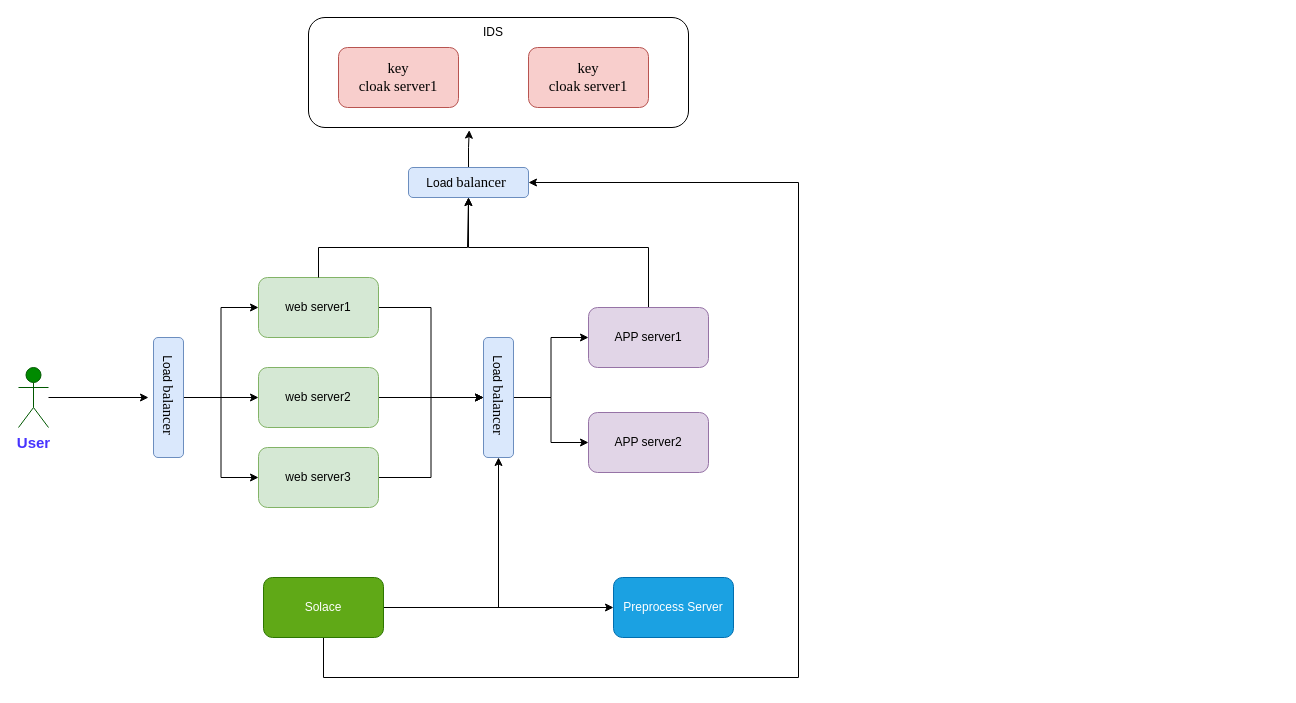
Before: page "System Arth" (3 of 3) of design-uml/src/main/Untitled Diagram.drawio in alvin-zj/MyUml, a draw.io diagram. Source tidied: cells renumbered, new cells numbered last; positions are measured from the earlier drawing's top-left corner, leaving out a move shared by most shapes. Both pictures are drawn from the tidied source at 100%, with x=0, y=0 at pixel (18, 17).
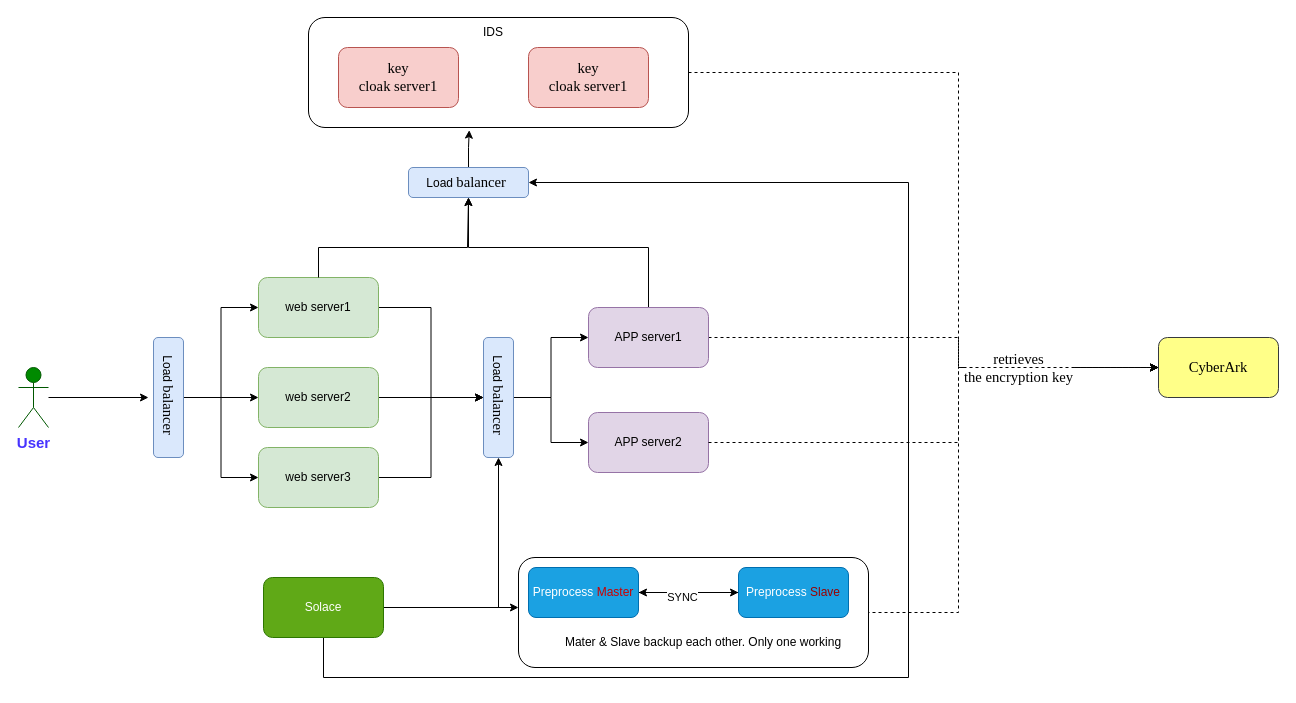
After the change.

The change refers to these unchanged cells:
```xml
<mxCell id="6" value="APP server1" style="rounded=1;whiteSpace=wrap;html=1;fillColor=#e1d5e7;strokeColor=#9673a6;" parent="1" vertex="1">
  <mxGeometry x="570" y="290" width="120" height="60" as="geometry" />
</mxCell>
<mxCell id="13" value="APP server2" style="rounded=1;whiteSpace=wrap;html=1;fillColor=#e1d5e7;strokeColor=#9673a6;" parent="1" vertex="1">
  <mxGeometry x="570" y="395" width="120" height="60" as="geometry" />
</mxCell>
<mxCell id="15" value="Load&amp;nbsp;&lt;span lang=&quot;EN-US&quot; style=&quot;font-size:11.0pt;line-height:&lt;br/&gt;107%;font-family:&amp;quot;Times New Roman&amp;quot;,serif;mso-fareast-font-family:等线;mso-fareast-theme-font:&lt;br/&gt;minor-fareast;mso-bidi-font-family:Arial;mso-bidi-theme-font:minor-bidi;&lt;br/&gt;mso-ansi-language:EN-US;mso-fareast-language:ZH-CN;mso-bidi-language:AR-SA&quot;&gt;balancer&amp;nbsp;&lt;/span&gt;" style="rounded=1;whiteSpace=wrap;html=1;fillColor=#dae8fc;strokeColor=#6c8ebf;" parent="1" vertex="1">
  <mxGeometry x="390" y="150" width="120" height="30" as="geometry" />
</mxCell>
<mxCell id="30" value="Solace" style="rounded=1;whiteSpace=wrap;html=1;fillColor=#60a917;fontColor=#ffffff;strokeColor=#2D7600;" parent="1" vertex="1">
  <mxGeometry x="245" y="560" width="120" height="60" as="geometry" />
</mxCell>
```

The edit, as a diff of the source:
```diff
@@
+    <mxCell id="32" style="edgeStyle=orthogonalEdgeStyle;rounded=0;jettySize=auto;html=1;entryX=0;entryY=0.5;entryDx=0;entryDy=0;dashed=1;flowAnimation=1;" parent="1" edge="1" target="44">
+      <mxGeometry relative="1" as="geometry">
+        <mxPoint x="800" y="595" as="sourcePoint" />
+        <Array as="points">
+          <mxPoint x="940" y="595" />
+          <mxPoint x="940" y="350" />
+        </Array>
+      </mxGeometry>
+    </mxCell>
+    <mxCell id="33" style="rounded=1;whiteSpace=wrap;html=1;" parent="1" vertex="1">
+      <mxGeometry x="500" y="540" width="350" height="110" as="geometry" />
+    </mxCell>
+    <mxCell id="34" style="edgeStyle=orthogonalEdgeStyle;rounded=0;jettySize=auto;html=1;entryX=0;entryY=0.5;entryDx=0;entryDy=0;dashed=1;flowAnimation=1;" parent="1" edge="1" target="44">
+      <mxGeometry relative="1" as="geometry">
+        <mxPoint x="640" y="55" as="sourcePoint" />
+        <Array as="points">
+          <mxPoint x="940" y="55" />
+          <mxPoint x="940" y="350" />
+        </Array>
+      </mxGeometry>
+    </mxCell>
@@
+    <mxCell id="35" style="edgeStyle=orthogonalEdgeStyle;rounded=0;jettySize=auto;html=1;flowAnimation=1;dashed=1;entryX=0;entryY=0.5;entryDx=0;entryDy=0;" parent="1" edge="1" source="6" target="44">
+      <mxGeometry relative="1" as="geometry">
+        <Array as="points">
+          <mxPoint x="940" y="320" />
+          <mxPoint x="940" y="350" />
+        </Array>
+      </mxGeometry>
+    </mxCell>
@@
+    <mxCell id="36" style="edgeStyle=orthogonalEdgeStyle;rounded=0;orthogonalLoop=1;jettySize=auto;html=1;dashed=1;flowAnimation=1;entryX=0;entryY=0.5;entryDx=0;entryDy=0;exitX=0;exitY=0.5;exitDx=0;exitDy=0;" parent="1" edge="1" source="44" target="44">
+      <mxGeometry relative="1" as="geometry">
+        <Array as="points">
+          <mxPoint x="940" y="350" />
+          <mxPoint x="940" y="350" />
+        </Array>
+      </mxGeometry>
+    </mxCell>
+    <mxCell id="37" value="&lt;span lang=&quot;EN-SG&quot; style=&quot;font-size:11.0pt;line-height:&lt;br/&gt;107%;font-family:&amp;quot;Times New Roman&amp;quot;,serif;mso-fareast-font-family:等线;mso-fareast-theme-font:&lt;br/&gt;minor-fareast;mso-bidi-font-family:Arial;mso-bidi-theme-font:minor-bidi;&lt;br/&gt;mso-ansi-language:EN-SG;mso-fareast-language:EN-US;mso-bidi-language:AR-SA&quot;&gt;retrieves&lt;br/&gt;the encryption key&lt;/span&gt;" style="edgeLabel;html=1;align=center;verticalAlign=middle;" parent="36" vertex="1">
+      <mxGeometry x="0.33" y="3" relative="1" as="geometry">
+        <mxPoint x="-7" y="3" as="offset" />
+      </mxGeometry>
+    </mxCell>
@@
+    <mxCell id="38" style="edgeStyle=orthogonalEdgeStyle;rounded=0;jettySize=auto;html=1;entryX=0;entryY=0.5;entryDx=0;entryDy=0;" parent="1" edge="1" source="26" target="41">
+      <mxGeometry relative="1" as="geometry" />
+    </mxCell>
-    <mxCell id="26" value="Preprocess Server" style="rounded=1;whiteSpace=wrap;html=1;fillColor=#1ba1e2;fontColor=#ffffff;strokeColor=#006EAF;" parent="1" vertex="1">
-      <mxGeometry x="595" y="560" width="120" height="60" as="geometry" />
+    <mxCell id="26" value="Preprocess &lt;font style=&quot;color: rgb(204, 0, 0);&quot;&gt;Master&lt;/font&gt;" style="rounded=1;whiteSpace=wrap;html=1;fillColor=#1ba1e2;fontColor=#ffffff;strokeColor=#006EAF;" parent="1" vertex="1">
+      <mxGeometry x="510" y="550" width="110" height="50" as="geometry" />
     </mxCell>
@@
-    <mxCell id="28" style="edgeStyle=orthogonalEdgeStyle;rounded=0;jettySize=auto;html=1;entryX=0;entryY=0.5;entryDx=0;entryDy=0;" parent="1" edge="1" source="30" target="26">
-      <mxGeometry relative="1" as="geometry" />
+    <mxCell id="28" style="edgeStyle=orthogonalEdgeStyle;rounded=0;jettySize=auto;html=1;" parent="1" edge="1" source="30">
+      <mxGeometry relative="1" as="geometry">
+        <mxPoint x="500" y="590" as="targetPoint" />
+      </mxGeometry>
     </mxCell>
     <mxCell id="29" style="edgeStyle=orthogonalEdgeStyle;rounded=0;jettySize=auto;html=1;entryX=1;entryY=0.5;entryDx=0;entryDy=0;exitX=0.5;exitY=1;exitDx=0;exitDy=0;" parent="1" edge="1" source="30" target="15">
       <mxGeometry relative="1" as="geometry">
         <Array as="points">
           <mxPoint x="305" y="660" />
-          <mxPoint x="780" y="660" />
-          <mxPoint x="780" y="165" />
+          <mxPoint x="890" y="660" />
+          <mxPoint x="890" y="165" />
         </Array>
       </mxGeometry>
     </mxCell>
@@
+    <mxCell id="39" style="edgeStyle=orthogonalEdgeStyle;rounded=0;jettySize=auto;html=1;" parent="1" edge="1" source="41">
+      <mxGeometry relative="1" as="geometry">
+        <mxPoint x="620" y="575" as="targetPoint" />
+      </mxGeometry>
+    </mxCell>
+    <mxCell id="40" value="SYNC" style="edgeLabel;html=1;align=center;verticalAlign=middle;" parent="39" vertex="1">
+      <mxGeometry x="0.13" y="4" relative="1" as="geometry" />
+    </mxCell>
+    <mxCell id="41" value="Preprocess &lt;font style=&quot;color: rgb(153, 0, 0);&quot;&gt;Slave&lt;/font&gt;" style="rounded=1;whiteSpace=wrap;html=1;fillColor=#1ba1e2;fontColor=#ffffff;strokeColor=#006EAF;" parent="1" vertex="1">
+      <mxGeometry x="720" y="550" width="110" height="50" as="geometry" />
+    </mxCell>
+    <mxCell id="42" value="Mater &amp;amp; Slave backup each other. Only one working" style="text;html=1;whiteSpace=wrap;strokeColor=none;fillColor=none;align=center;verticalAlign=middle;rounded=0;" parent="1" vertex="1">
+      <mxGeometry x="540" y="610" width="290" height="30" as="geometry" />
+    </mxCell>
+    <mxCell id="43" style="edgeStyle=orthogonalEdgeStyle;rounded=0;jettySize=auto;html=1;dashed=1;flowAnimation=1;" parent="1" edge="1" source="13" target="44">
+      <mxGeometry relative="1" as="geometry">
+        <Array as="points">
+          <mxPoint x="940" y="425" />
+          <mxPoint x="940" y="350" />
+        </Array>
+      </mxGeometry>
+    </mxCell>
+    <mxCell id="44" value="&lt;div style=&quot;&quot;&gt;&lt;span style=&quot;font-family: &amp;quot;Times New Roman&amp;quot;, serif; font-size: 11pt; background-color: transparent; color: light-dark(rgb(0, 0, 0), rgb(255, 255, 255));&quot;&gt;CyberArk&lt;/span&gt;&lt;/div&gt;" style="rounded=1;whiteSpace=wrap;html=1;fillColor=#ffff88;strokeColor=#36393d;" parent="1" vertex="1">
+      <mxGeometry x="1140" y="320" width="120" height="60" as="geometry" />
+    </mxCell>
```
